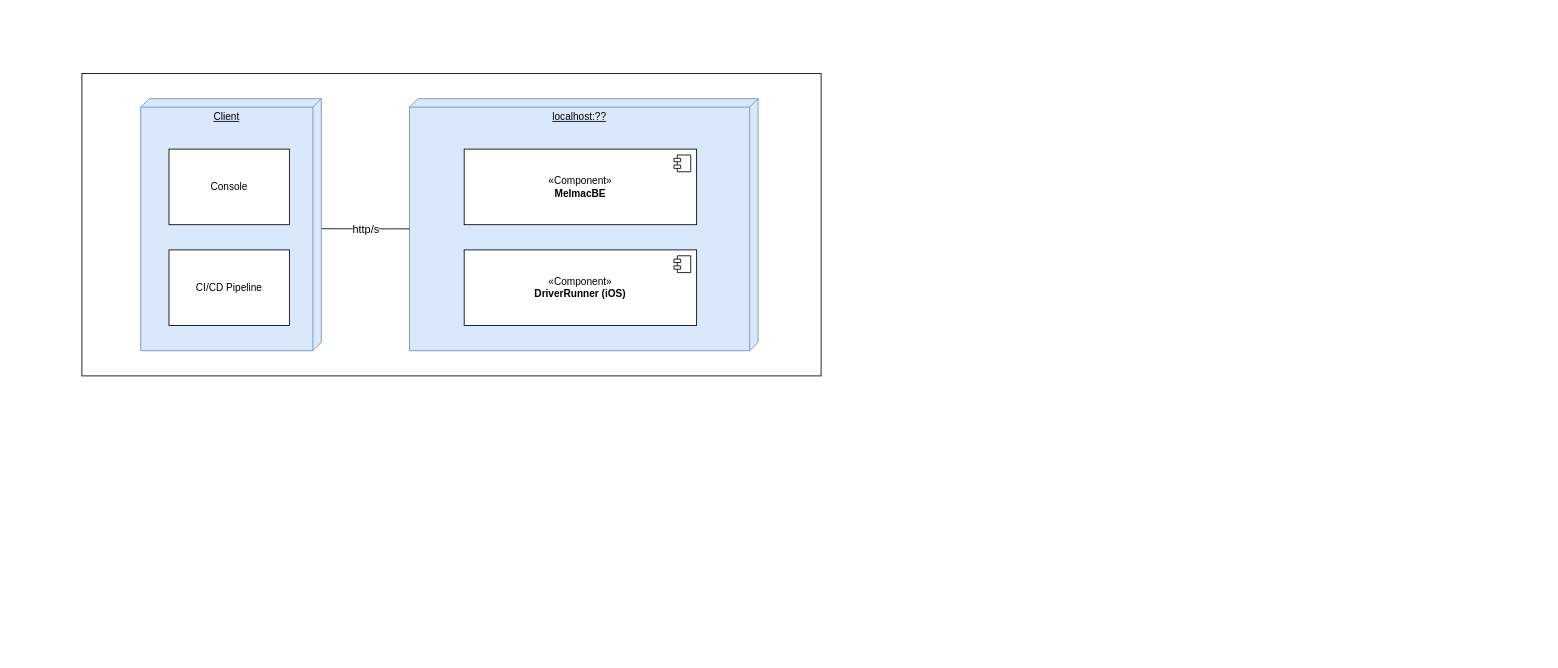
Earlier version of the draw.io diagram docs/global-artifacts/03.design/physical-view/level-2/drawio/L2-PV.drawio (Mindera/Alfie-Melmac-Performance-Testing). Source tidied: cells renumbered, new cells numbered last; positions are measured from the earlier drawing's top-left corner, leaving out a move shared by most shapes. Both pictures are drawn from the tidied source at 84%, with x=0, y=0 at pixel (81, 73).
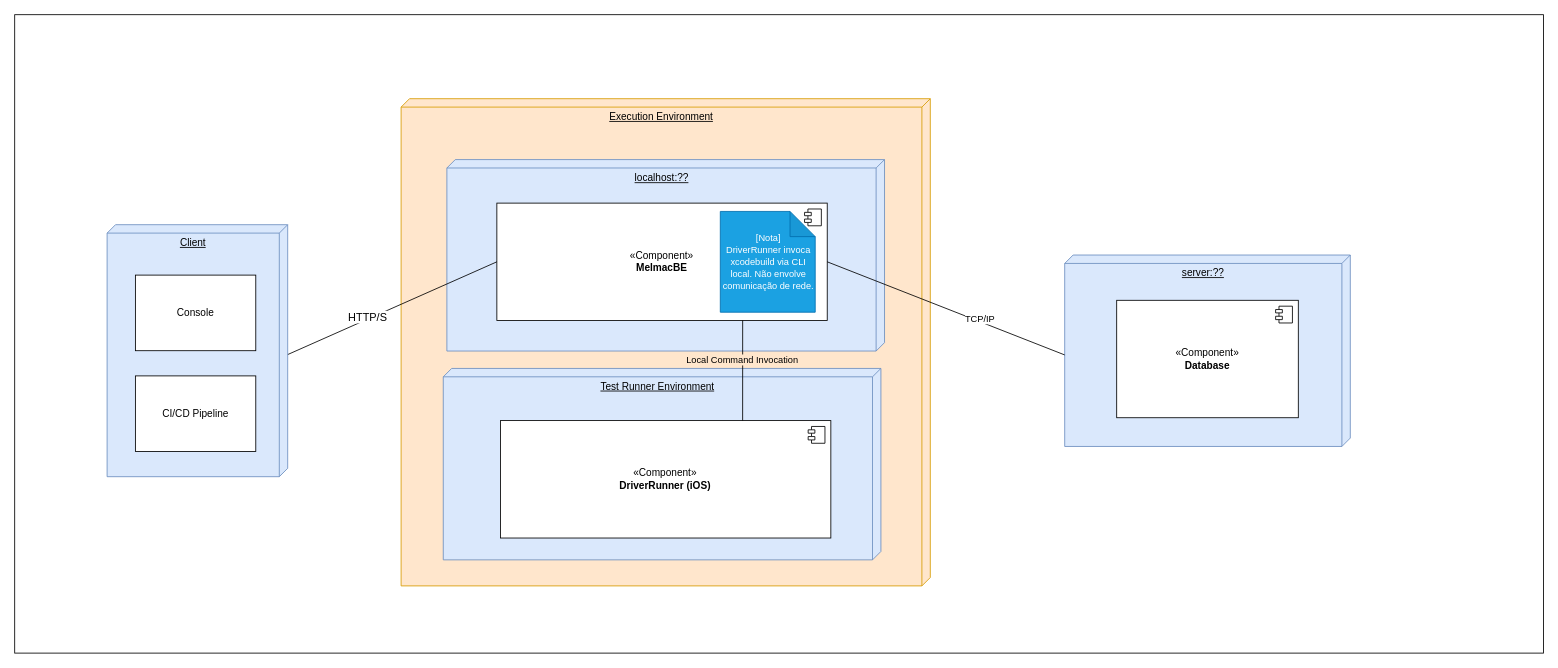
The same page after the edit.

The change refers to these unchanged cells:
```xml
<mxCell id="15" value="Client" style="verticalAlign=top;align=center;spacingTop=8;spacingLeft=2;spacingRight=12;shape=cube;size=10;direction=south;fontStyle=4;html=1;whiteSpace=wrap;fillColor=#dae8fc;strokeColor=#6c8ebf;" parent="14" vertex="1">
  <mxGeometry width="215" height="300" as="geometry" />
</mxCell>
```

Change to the diagram source:
```diff
@@
     <mxCell id="5" style="rounded=0;whiteSpace=wrap;html=1;labelBorderColor=none;" parent="4" vertex="1">
-      <mxGeometry width="880" height="360" as="geometry" />
+      <mxGeometry x="-80" y="-70" width="1820" height="760" as="geometry" />
     </mxCell>
@@
     <mxCell id="7" style="group;" parent="6" vertex="1">
-      <mxGeometry x="390" y="30" width="415" height="300" as="geometry" />
+      <mxGeometry x="380" y="30" width="630" height="580" as="geometry" />
     </mxCell>
-    <mxCell id="8" value="localhost:??" style="verticalAlign=top;align=center;spacingTop=8;spacingLeft=2;spacingRight=12;shape=cube;size=10;direction=south;fontStyle=4;html=1;whiteSpace=wrap;fillColor=#dae8fc;strokeColor=#6c8ebf;" parent="7" vertex="1">
-      <mxGeometry width="415" height="300" as="geometry" />
+    <mxCell id="8" value="Execution Environment" style="verticalAlign=top;align=center;spacingTop=8;spacingLeft=2;spacingRight=12;shape=cube;size=10;direction=south;fontStyle=4;html=1;whiteSpace=wrap;fillColor=#ffe6cc;strokeColor=#d79b00;" parent="7" vertex="1">
+      <mxGeometry width="630" height="580" as="geometry" />
     </mxCell>
+    <mxCell id="18" style="group;" parent="7" vertex="1">
+      <mxGeometry x="54.5" y="72.5" width="521" height="313.1" as="geometry" />
+    </mxCell>
+    <mxCell id="19" value="localhost:??" style="verticalAlign=top;align=center;spacingTop=8;spacingLeft=2;spacingRight=12;shape=cube;size=10;direction=south;fontStyle=4;html=1;whiteSpace=wrap;fillColor=#dae8fc;strokeColor=#6c8ebf;" parent="18" vertex="1">
+      <mxGeometry width="521" height="227.9" as="geometry" />
+    </mxCell>
     <mxCell id="9" value="«Component&lt;span style=&quot;background-color: initial;&quot;&gt;»&lt;/span&gt;&lt;div&gt;&lt;b&gt;MelmacBE&lt;/b&gt;&lt;/div&gt;" style="html=1;whiteSpace=wrap;" parent="7" vertex="1">
-      <mxGeometry x="65.1" y="60" width="276.7" height="90" as="geometry" />
+      <mxGeometry x="114" y="124.3" width="393.3" height="139.8" as="geometry" />
     </mxCell>
@@
+    <mxCell id="20" value="Test Runner Environment" style="verticalAlign=top;align=center;spacingTop=8;spacingLeft=2;spacingRight=12;shape=cube;size=10;direction=south;fontStyle=4;html=1;whiteSpace=wrap;fillColor=#dae8fc;strokeColor=#6c8ebf;" parent="7" vertex="1">
+      <mxGeometry x="50.2" y="321.1" width="521" height="227.9" as="geometry" />
+    </mxCell>
     <mxCell id="11" value="«Component&lt;span style=&quot;background-color: initial;&quot;&gt;»&lt;/span&gt;&lt;div&gt;&lt;b&gt;DriverRunner (iOS)&lt;/b&gt;&lt;/div&gt;" style="html=1;whiteSpace=wrap;" parent="7" vertex="1">
-      <mxGeometry x="65.1" y="180" width="276.7" height="90" as="geometry" />
+      <mxGeometry x="118.3" y="383.2" width="393.3" height="139.8" as="geometry" />
     </mxCell>
@@
+    <mxCell id="21" style="edgeStyle=none;html=1;exitX=0.744;exitY=0.998;exitDx=0;exitDy=0;endArrow=none;endFill=0;entryX=0.733;entryY=0;entryDx=0;entryDy=0;entryPerimeter=0;exitPerimeter=0;" parent="7" edge="1" source="9" target="11">
+      <mxGeometry relative="1" as="geometry" />
+    </mxCell>
+    <mxCell id="22" value="Local Command Invocation" style="edgeLabel;html=1;align=center;verticalAlign=middle;labelBackgroundColor=light-dark(#ffe6cc, #ededed);" parent="21" vertex="1">
+      <mxGeometry x="-0.35" y="-1" relative="1" as="geometry">
+        <mxPoint y="8" as="offset" />
+      </mxGeometry>
+    </mxCell>
+    <mxCell id="23" value="&lt;div style=&quot;text-align: center;&quot;&gt;&lt;font style=&quot;font-size: 11px;&quot;&gt;[Nota]&lt;/font&gt;&lt;/div&gt;&lt;div style=&quot;text-align: center;&quot;&gt;&lt;font style=&quot;&quot;&gt;&lt;font style=&quot;font-size: 11px;&quot;&gt;DriverRunner invoca xcodebuild via CLI local.&amp;nbsp;&lt;/font&gt;&lt;span style=&quot;font-size: 11px; background-color: transparent;&quot;&gt;Não envolve comunicação de rede.&lt;/span&gt;&lt;/font&gt;&lt;/div&gt;" style="shape=note;whiteSpace=wrap;html=1;backgroundOutline=1;darkOpacity=0.05;fillColor=#1ba1e2;strokeColor=#006EAF;fontColor=#FFFFFF;align=left;" parent="7" vertex="1">
+      <mxGeometry x="380" y="134.2" width="113" height="120" as="geometry" />
+    </mxCell>
-    <mxCell id="13" value="&lt;font style=&quot;font-size: 13px;&quot;&gt;http/s&lt;/font&gt;" style="edgeStyle=none;html=1;exitX=0;exitY=0;exitDx=155;exitDy=415;exitPerimeter=0;endArrow=none;endFill=0;entryX=0.516;entryY=0.002;entryDx=0;entryDy=0;entryPerimeter=0;" parent="6" edge="1" source="8" target="15">
-      <mxGeometry x="-0.02" relative="1" as="geometry" />
+    <mxCell id="13" value="&lt;font style=&quot;font-size: 13px;&quot;&gt;HTTP/S&lt;/font&gt;" style="edgeStyle=none;html=1;exitX=0;exitY=0.5;exitDx=0;exitDy=0;endArrow=none;endFill=0;entryX=0.516;entryY=0.002;entryDx=0;entryDy=0;entryPerimeter=0;labelBackgroundColor=default;" parent="6" edge="1" source="9" target="15">
+      <mxGeometry x="0.23" y="-2" relative="1" as="geometry" />
     </mxCell>
     <mxCell id="14" style="group;" parent="6" vertex="1">
-      <mxGeometry x="70" y="30" width="215" height="300" as="geometry" />
+      <mxGeometry x="30" y="180" width="215" height="300" as="geometry" />
     </mxCell>
@@
+    <mxCell id="24" style="group;" parent="6" vertex="1">
+      <mxGeometry x="1170" y="216.1" width="521" height="227.9" as="geometry" />
+    </mxCell>
+    <mxCell id="25" value="server:??" style="verticalAlign=top;align=center;spacingTop=8;spacingLeft=2;spacingRight=12;shape=cube;size=10;direction=south;fontStyle=4;html=1;whiteSpace=wrap;fillColor=#dae8fc;strokeColor=#6c8ebf;" parent="24" vertex="1">
+      <mxGeometry width="340" height="227.9" as="geometry" />
+    </mxCell>
+    <mxCell id="26" value="«Component&lt;span style=&quot;background-color: initial;&quot;&gt;»&lt;/span&gt;&lt;div&gt;&lt;b&gt;Database&lt;/b&gt;&lt;/div&gt;" style="html=1;whiteSpace=wrap;" parent="24" vertex="1">
+      <mxGeometry x="61.9" y="53.9" width="216.2" height="139.8" as="geometry" />
+    </mxCell>
+    <mxCell id="27" style="shape=module;jettyWidth=8;jettyHeight=4;" parent="26" vertex="1">
+      <mxGeometry x="1" width="20" height="20" relative="1" as="geometry">
+        <mxPoint x="-27" y="7" as="offset" />
+      </mxGeometry>
+    </mxCell>
+    <mxCell id="28" style="edgeStyle=none;html=1;exitX=1;exitY=0.5;exitDx=0;exitDy=0;entryX=0;entryY=0;entryDx=118.93;entryDy=340;entryPerimeter=0;endArrow=none;endFill=0;" parent="6" edge="1" source="9" target="25">
+      <mxGeometry relative="1" as="geometry" />
+    </mxCell>
+    <mxCell id="29" value="TCP/IP" style="edgeLabel;html=1;align=center;verticalAlign=middle;" parent="28" vertex="1">
+      <mxGeometry x="-0.08" y="-1" relative="1" as="geometry">
+        <mxPoint x="51" y="15" as="offset" />
+      </mxGeometry>
+    </mxCell>
```
